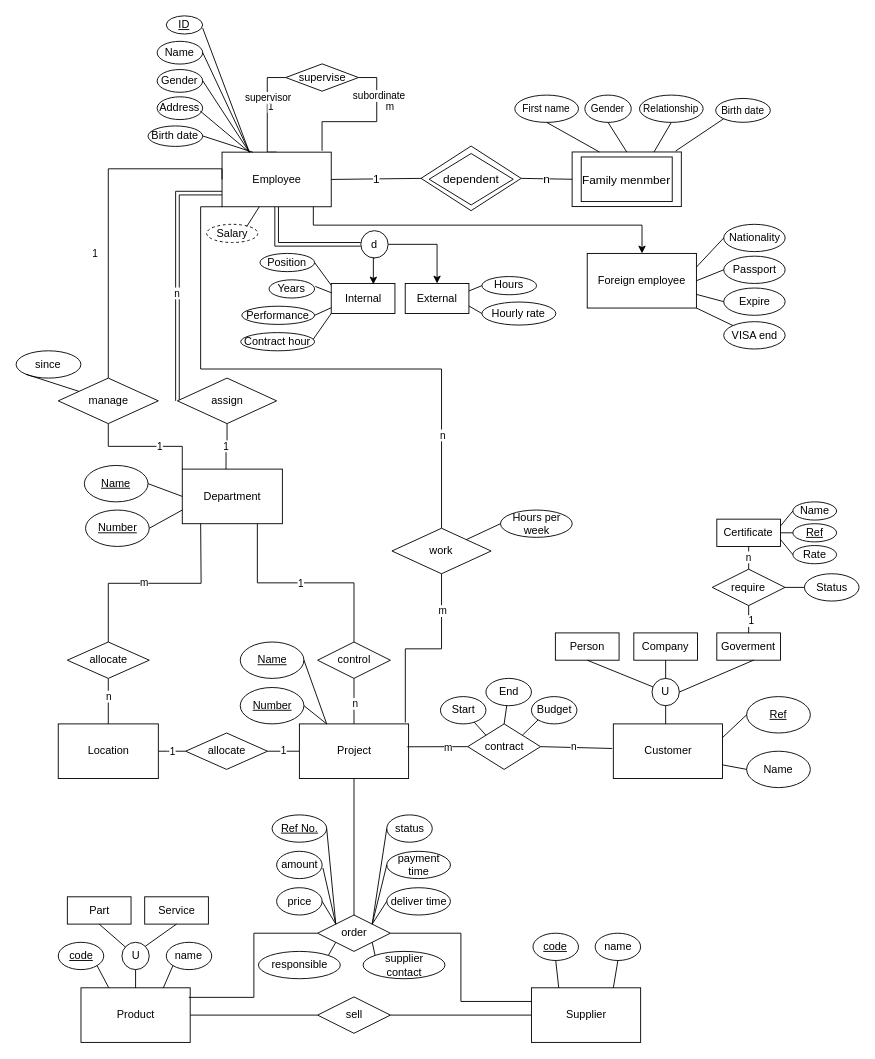
This is Construction company.drawio from nuo-li/Examples, a draw.io file, before an edit. Source tidied: cells renumbered, new cells numbered last; positions are measured from the earlier drawing's top-left corner, leaving out a move shared by most shapes. Both pictures are drawn from the tidied source at 91%, with x=0, y=0 at pixel (15, 15).
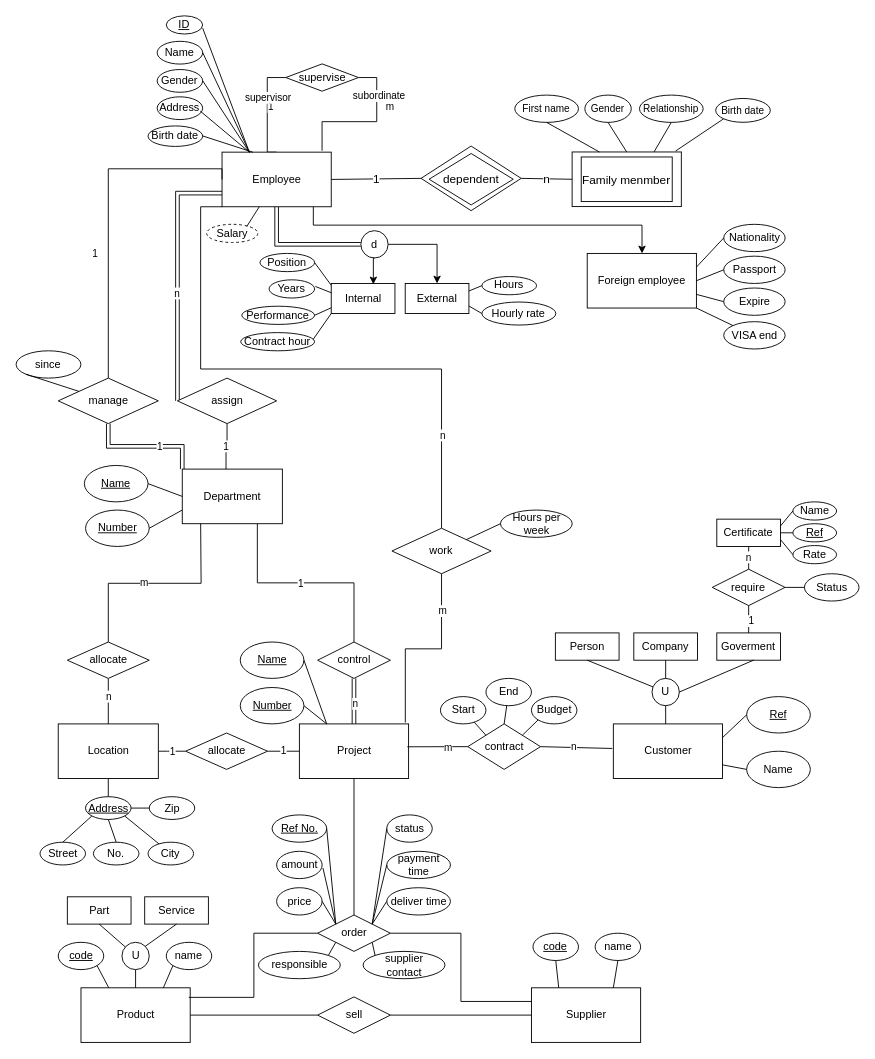
The same diagram, later.

Unchanged cells that the change refers to:
```xml
<mxCell id="8" value="Department" style="rounded=0;whiteSpace=wrap;html=1;" parent="1" vertex="1">
  <mxGeometry x="182.8" y="498" width="110" height="60" as="geometry" />
</mxCell>
<mxCell id="21" value="manage" style="rhombus;whiteSpace=wrap;html=1;" parent="1" vertex="1">
  <mxGeometry x="46.5" y="398" width="110" height="50" as="geometry" />
</mxCell>
<mxCell id="28" value="Location" style="rounded=0;whiteSpace=wrap;html=1;" parent="1" vertex="1">
  <mxGeometry x="46.5" y="778" width="110" height="60" as="geometry" />
</mxCell>
<mxCell id="34" value="Project" style="rounded=0;whiteSpace=wrap;html=1;" parent="1" vertex="1">
  <mxGeometry x="311.5" y="778" width="120" height="60" as="geometry" />
</mxCell>
<mxCell id="37" value="control" style="rhombus;whiteSpace=wrap;html=1;" parent="1" vertex="1">
  <mxGeometry x="331.5" y="688" width="80" height="40" as="geometry" />
</mxCell>
```

The edit, as a diff of the source:
```diff
@@
-    <mxCell id="6" style="edgeStyle=orthogonalEdgeStyle;rounded=0;jettySize=auto;html=1;exitX=0;exitY=0;exitDx=0;exitDy=0;endArrow=none;endFill=0;" parent="1" edge="1" source="8" target="21">
+    <mxCell id="6" style="edgeStyle=orthogonalEdgeStyle;rounded=0;jettySize=auto;html=1;exitX=0;exitY=0;exitDx=0;exitDy=0;endArrow=none;endFill=0;shape=link;" parent="1" edge="1" source="8" target="21">
       <mxGeometry relative="1" as="geometry" />
     </mxCell>
@@
-    <mxCell id="32" style="edgeStyle=orthogonalEdgeStyle;rounded=0;jettySize=auto;html=1;exitX=0.5;exitY=0;exitDx=0;exitDy=0;endArrow=none;endFill=0;" parent="1" edge="1" source="34" target="37">
+    <mxCell id="32" style="edgeStyle=orthogonalEdgeStyle;rounded=0;jettySize=auto;html=1;exitX=0.5;exitY=0;exitDx=0;exitDy=0;endArrow=none;endFill=0;shape=link;" parent="1" edge="1" source="34" target="37">
       <mxGeometry relative="1" as="geometry" />
     </mxCell>
@@
+    <mxCell id="185" value="&lt;u&gt;Address&lt;/u&gt;" style="ellipse;whiteSpace=wrap;html=1;" parent="1" vertex="1">
+      <mxGeometry x="76.5" y="858" width="50" height="25" as="geometry" />
+    </mxCell>
+    <mxCell id="186" style="endArrow=none;html=1;rounded=0;exitX=0.5;exitY=1;exitDx=0;exitDy=0;entryX=0.5;entryY=0;entryDx=0;entryDy=0;" parent="1" edge="1" source="28" target="185">
+      <mxGeometry relative="1" as="geometry" />
+    </mxCell>
+    <mxCell id="187" value="Street" style="ellipse;whiteSpace=wrap;html=1;" parent="1" vertex="1">
+      <mxGeometry x="26.5" y="908" width="50" height="25" as="geometry" />
+    </mxCell>
+    <mxCell id="188" value="No." style="ellipse;whiteSpace=wrap;html=1;" parent="1" vertex="1">
+      <mxGeometry x="85.2" y="908" width="50" height="25" as="geometry" />
+    </mxCell>
+    <mxCell id="189" value="City" style="ellipse;whiteSpace=wrap;html=1;" parent="1" vertex="1">
+      <mxGeometry x="145.2" y="908" width="50" height="25" as="geometry" />
+    </mxCell>
+    <mxCell id="190" value="Zip" style="ellipse;whiteSpace=wrap;html=1;" parent="1" vertex="1">
+      <mxGeometry x="146.5" y="858" width="50" height="25" as="geometry" />
+    </mxCell>
+    <mxCell id="191" style="endArrow=none;html=1;rounded=0;entryX=0;entryY=1;entryDx=0;entryDy=0;exitX=0.5;exitY=0;exitDx=0;exitDy=0;" parent="1" edge="1" source="187" target="185">
+      <mxGeometry relative="1" as="geometry" />
+    </mxCell>
+    <mxCell id="192" style="endArrow=none;html=1;rounded=0;entryX=0.5;entryY=1;entryDx=0;entryDy=0;exitX=0.5;exitY=0;exitDx=0;exitDy=0;" parent="1" edge="1" source="188" target="185">
+      <mxGeometry relative="1" as="geometry" />
+    </mxCell>
+    <mxCell id="193" style="endArrow=none;html=1;rounded=0;entryX=1;entryY=0.5;entryDx=0;entryDy=0;" parent="1" edge="1" source="190" target="185">
+      <mxGeometry relative="1" as="geometry" />
+    </mxCell>
+    <mxCell id="194" style="endArrow=none;html=1;rounded=0;entryX=1;entryY=1;entryDx=0;entryDy=0;" parent="1" edge="1" source="189" target="185">
+      <mxGeometry relative="1" as="geometry" />
+    </mxCell>
```
